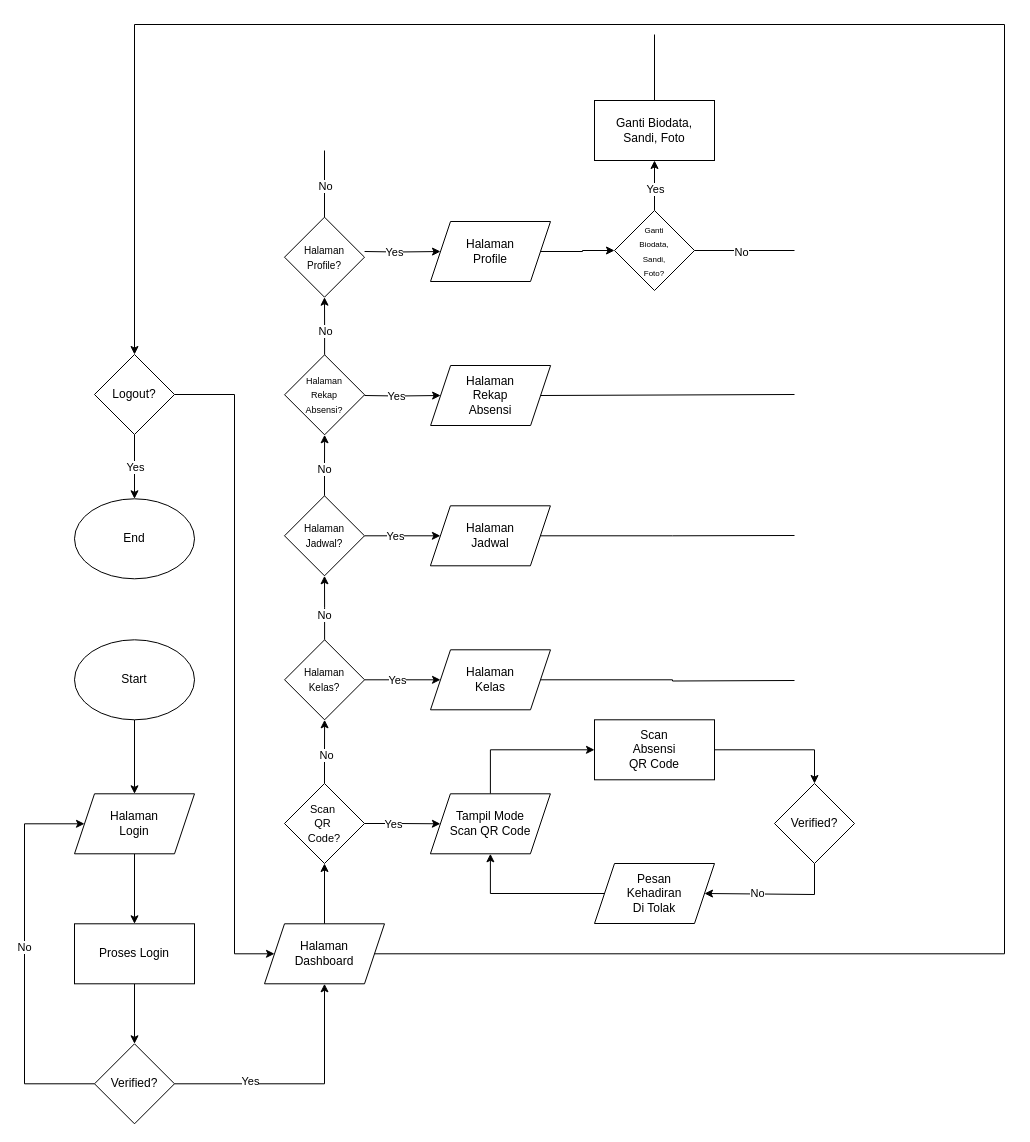
Before: Perancangan/draw.io/flowchart_siswa.drawio in SKARIGA-RPL-XII/project-kik-RadWork01, a draw.io diagram. Source tidied: cells renumbered, new cells numbered last; positions are measured from the earlier drawing's top-left corner, leaving out a move shared by most shapes. Both pictures are drawn from the tidied source at 100%, with x=0, y=0 at pixel (24, 24).
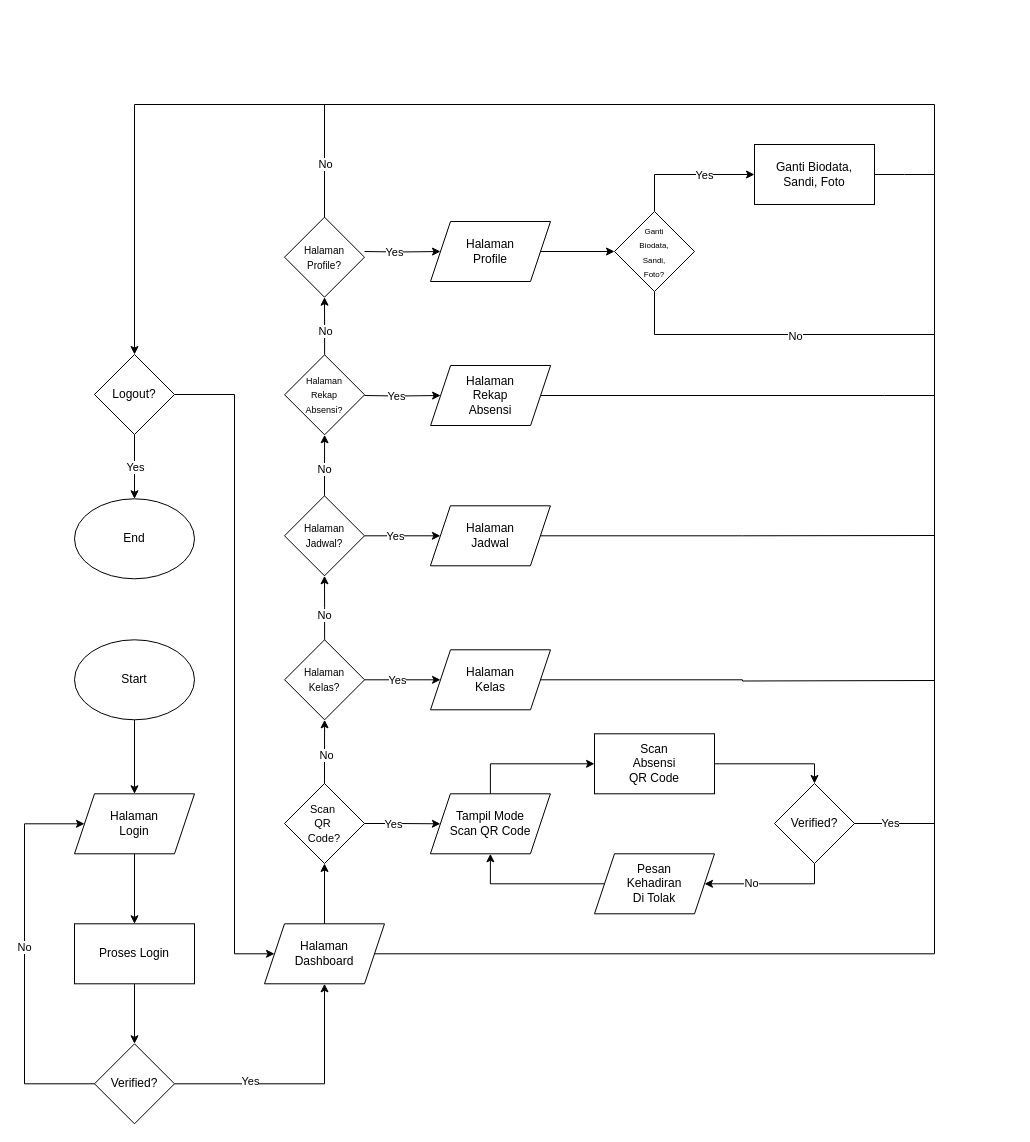
The same page after the edit.

The change refers to these unchanged cells:
```xml
<mxCell id="17" value="Logout?" style="rhombus;whiteSpace=wrap;html=1;" parent="1" vertex="1">
  <mxGeometry x="70" y="330" width="80" height="80" as="geometry" />
</mxCell>
<mxCell id="32" value="Halaman&lt;div&gt;Dashboard&lt;/div&gt;" style="shape=parallelogram;perimeter=parallelogramPerimeter;whiteSpace=wrap;html=1;fixedSize=1;" parent="1" vertex="1">
  <mxGeometry x="240" y="899.3" width="120" height="60" as="geometry" />
</mxCell>
<mxCell id="33" value="&lt;font style=&quot;font-size: 10px;&quot;&gt;Halaman&lt;/font&gt;&lt;div&gt;&lt;font style=&quot;font-size: 10px;&quot;&gt;Profile?&lt;/font&gt;&lt;/div&gt;" style="rhombus;whiteSpace=wrap;html=1;" parent="1" vertex="1">
  <mxGeometry x="260" y="192.7" width="80" height="80" as="geometry" />
</mxCell>
<mxCell id="34" value="Halaman&lt;div&gt;Jadwal&lt;/div&gt;" style="shape=parallelogram;perimeter=parallelogramPerimeter;whiteSpace=wrap;html=1;fixedSize=1;" parent="1" vertex="1">
  <mxGeometry x="405.9" y="481.3" width="120" height="60" as="geometry" />
</mxCell>
<mxCell id="35" value="Halaman&lt;div&gt;Kelas&lt;/div&gt;" style="shape=parallelogram;perimeter=parallelogramPerimeter;whiteSpace=wrap;html=1;fixedSize=1;" parent="1" vertex="1">
  <mxGeometry x="406" y="625.3" width="120" height="60" as="geometry" />
</mxCell>
<mxCell id="42" value="Halaman&lt;div&gt;Rekap&lt;/div&gt;&lt;div&gt;Absensi&lt;/div&gt;" style="shape=parallelogram;perimeter=parallelogramPerimeter;whiteSpace=wrap;html=1;fixedSize=1;" parent="1" vertex="1">
  <mxGeometry x="406.1" y="341" width="120" height="60" as="geometry" />
</mxCell>
<mxCell id="67" value="Verified?" style="rhombus;whiteSpace=wrap;html=1;" parent="1" vertex="1">
  <mxGeometry x="750" y="759" width="80" height="80" as="geometry" />
</mxCell>
```

Change to the diagram source:
```diff
@@
     <mxCell id="43" value="Ganti Biodata,&lt;div&gt;&lt;span style=&quot;background-color: transparent; color: light-dark(rgb(0, 0, 0), rgb(255, 255, 255));&quot;&gt;Sandi,&amp;nbsp;&lt;/span&gt;&lt;span style=&quot;background-color: transparent; color: light-dark(rgb(0, 0, 0), rgb(255, 255, 255));&quot;&gt;Foto&lt;/span&gt;&lt;/div&gt;" style="rounded=0;whiteSpace=wrap;html=1;" parent="1" vertex="1">
-      <mxGeometry x="570" y="76" width="120" height="60" as="geometry" />
+      <mxGeometry x="730" y="120" width="120" height="60" as="geometry" />
     </mxCell>
     <mxCell id="44" style="endArrow=none;html=1;rounded=0;exitX=1;exitY=0.5;exitDx=0;exitDy=0;edgeStyle=orthogonalEdgeStyle;" parent="1" edge="1" source="34">
       <mxGeometry relative="1" as="geometry">
-        <mxPoint x="770" y="511" as="targetPoint" />
+        <mxPoint x="910" y="511" as="targetPoint" />
       </mxGeometry>
     </mxCell>
     <mxCell id="45" style="endArrow=none;html=1;rounded=0;exitX=1;exitY=0.5;exitDx=0;exitDy=0;edgeStyle=orthogonalEdgeStyle;" parent="1" edge="1" source="42">
       <mxGeometry relative="1" as="geometry">
-        <mxPoint x="770" y="370" as="targetPoint" />
+        <mxPoint x="910" y="371" as="targetPoint" />
         <Array as="points">
-          <mxPoint x="770" y="371" />
+          <mxPoint x="860" y="371" />
         </Array>
       </mxGeometry>
     </mxCell>
-    <mxCell id="46" style="endArrow=none;html=1;rounded=0;edgeStyle=orthogonalEdgeStyle;exitX=1;exitY=0.5;exitDx=0;exitDy=0;" parent="1" edge="1" source="56">
+    <mxCell id="46" style="endArrow=none;html=1;rounded=0;edgeStyle=orthogonalEdgeStyle;exitX=0.5;exitY=1;exitDx=0;exitDy=0;" parent="1" edge="1" source="56">
       <mxGeometry relative="1" as="geometry">
-        <mxPoint x="770" y="226" as="targetPoint" />
+        <mxPoint x="910" y="310" as="targetPoint" />
+        <Array as="points">
+          <mxPoint x="630" y="310" />
+        </Array>
       </mxGeometry>
     </mxCell>
     <mxCell id="47" value="No" style="edgeLabel;html=1;align=center;verticalAlign=middle;" parent="46" vertex="1">
       <mxGeometry x="0.04" y="-1" relative="1" as="geometry">
-        <mxPoint x="-5" as="offset" />
+        <mxPoint x="15" as="offset" />
       </mxGeometry>
     </mxCell>
     <mxCell id="48" style="endArrow=none;html=1;rounded=0;entryX=0.5;entryY=0;entryDx=0;entryDy=0;" parent="1" edge="1" target="33">
       <mxGeometry relative="1" as="geometry">
-        <mxPoint x="300" y="126" as="sourcePoint" />
+        <mxPoint x="300" y="80" as="sourcePoint" />
       </mxGeometry>
     </mxCell>
@@
     <mxCell id="50" style="endArrow=none;html=1;rounded=0;exitX=1;exitY=0.5;exitDx=0;exitDy=0;edgeStyle=orthogonalEdgeStyle;" parent="1" edge="1" source="35">
       <mxGeometry relative="1" as="geometry">
-        <mxPoint x="770" y="656" as="targetPoint" />
+        <mxPoint x="910" y="656" as="targetPoint" />
       </mxGeometry>
     </mxCell>
     <mxCell id="51" style="edgeStyle=orthogonalEdgeStyle;rounded=0;jettySize=auto;html=1;entryX=0.5;entryY=0;entryDx=0;entryDy=0;exitX=1;exitY=0.5;exitDx=0;exitDy=0;" parent="1" edge="1" source="32" target="17">
       <mxGeometry relative="1" as="geometry">
         <Array as="points">
-          <mxPoint x="980" y="929" />
-          <mxPoint x="980" />
-          <mxPoint x="110" />
+          <mxPoint x="910" y="929" />
+          <mxPoint x="910" y="80" />
+          <mxPoint x="110" y="80" />
         </Array>
       </mxGeometry>
     </mxCell>
     <mxCell id="52" style="edgeStyle=orthogonalEdgeStyle;rounded=0;jettySize=auto;html=1;entryX=0.5;entryY=0;entryDx=0;entryDy=0;" parent="1" edge="1" source="53" target="67">
       <mxGeometry relative="1" as="geometry">
         <Array as="points">
-          <mxPoint x="790" y="725" />
+          <mxPoint x="790" y="739" />
         </Array>
       </mxGeometry>
     </mxCell>
     <mxCell id="53" value="Scan&lt;div&gt;&lt;span style=&quot;background-color: transparent; color: light-dark(rgb(0, 0, 0), rgb(255, 255, 255));&quot;&gt;Absensi&lt;/span&gt;&lt;div&gt;QR Code&lt;/div&gt;&lt;/div&gt;" style="rounded=0;whiteSpace=wrap;html=1;" parent="1" vertex="1">
-      <mxGeometry x="570" y="695.3" width="120" height="60" as="geometry" />
+      <mxGeometry x="570" y="709.3" width="120" height="60" as="geometry" />
     </mxCell>
-    <mxCell id="54" style="edgeStyle=orthogonalEdgeStyle;rounded=0;jettySize=auto;html=1;entryX=0.5;entryY=1;entryDx=0;entryDy=0;" parent="1" edge="1" source="56" target="43">
-      <mxGeometry relative="1" as="geometry" />
+    <mxCell id="54" style="edgeStyle=orthogonalEdgeStyle;rounded=0;jettySize=auto;html=1;entryX=0;entryY=0.5;entryDx=0;entryDy=0;" parent="1" edge="1" source="56" target="43">
+      <mxGeometry relative="1" as="geometry">
+        <Array as="points">
+          <mxPoint x="630" y="150" />
+        </Array>
+      </mxGeometry>
     </mxCell>
     <mxCell id="55" value="Yes" style="edgeLabel;html=1;align=center;verticalAlign=middle;" parent="54" vertex="1">
       <mxGeometry x="-0.18" relative="1" as="geometry">
-        <mxPoint y="-1" as="offset" />
+        <mxPoint x="30" as="offset" />
       </mxGeometry>
     </mxCell>
     <mxCell id="56" value="&lt;font style=&quot;font-size: 8px;&quot;&gt;Ganti&lt;/font&gt;&lt;div&gt;&lt;font style=&quot;font-size: 8px;&quot;&gt;Biodata,&lt;/font&gt;&lt;/div&gt;&lt;div&gt;&lt;font style=&quot;font-size: 8px;&quot;&gt;Sandi,&lt;/font&gt;&lt;/div&gt;&lt;div&gt;&lt;font style=&quot;font-size: 8px;&quot;&gt;Foto?&lt;/font&gt;&lt;/div&gt;" style="rhombus;whiteSpace=wrap;html=1;" parent="1" vertex="1">
-      <mxGeometry x="590" y="186" width="80" height="80" as="geometry" />
+      <mxGeometry x="590" y="187" width="80" height="80" as="geometry" />
     </mxCell>
-    <mxCell id="57" style="endArrow=none;html=1;rounded=0;edgeStyle=orthogonalEdgeStyle;exitX=0.5;exitY=0;exitDx=0;exitDy=0;" parent="1" edge="1" source="43">
-      <mxGeometry relative="1" as="geometry">
-        <mxPoint x="630" y="10" as="targetPoint" />
-      </mxGeometry>
-    </mxCell>
@@
     <mxCell id="65" style="edgeStyle=orthogonalEdgeStyle;rounded=0;jettySize=auto;html=1;entryX=1;entryY=0.5;entryDx=0;entryDy=0;exitX=0.5;exitY=1;exitDx=0;exitDy=0;" parent="1" edge="1" source="67" target="69">
       <mxGeometry relative="1" as="geometry">
         <Array as="points">
-          <mxPoint x="790" y="870" />
-          <mxPoint x="680" y="870" />
+          <mxPoint x="790" y="859" />
         </Array>
       </mxGeometry>
     </mxCell>
@@
     <mxCell id="69" value="Pesan&lt;div&gt;Kehadiran&lt;/div&gt;&lt;div&gt;Di Tolak&lt;/div&gt;" style="shape=parallelogram;perimeter=parallelogramPerimeter;whiteSpace=wrap;html=1;fixedSize=1;" parent="1" vertex="1">
-      <mxGeometry x="570" y="839" width="120" height="60" as="geometry" />
+      <mxGeometry x="570" y="829.3" width="120" height="60" as="geometry" />
     </mxCell>
+    <mxCell id="70" style="endArrow=none;html=1;rounded=0;edgeStyle=orthogonalEdgeStyle;exitX=1;exitY=0.5;exitDx=0;exitDy=0;" parent="1" edge="1" source="67">
+      <mxGeometry relative="1" as="geometry">
+        <mxPoint x="910" y="799" as="targetPoint" />
+      </mxGeometry>
+    </mxCell>
+    <mxCell id="71" value="Yes" style="edgeLabel;html=1;align=center;verticalAlign=middle;" parent="70" vertex="1">
+      <mxGeometry x="-0.13" y="1" relative="1" as="geometry" />
+    </mxCell>
+    <mxCell id="72" style="endArrow=none;html=1;rounded=0;edgeStyle=orthogonalEdgeStyle;exitX=1;exitY=0.5;exitDx=0;exitDy=0;" parent="1" edge="1" source="43">
+      <mxGeometry relative="1" as="geometry">
+        <mxPoint x="910" y="150" as="targetPoint" />
+      </mxGeometry>
+    </mxCell>
```
